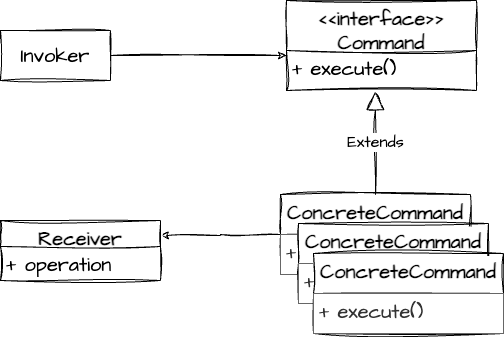
The draw.io diagram src/main/java/me/cho/design_patterns/_3_behavior_pattern/_02_command/command.drawio.png in choomi1217/designPatterns, before a commit. Source tidied: cells renumbered, new cells last; positions are measured from the earlier drawing's top-left corner, leaving out a move shared by most shapes.
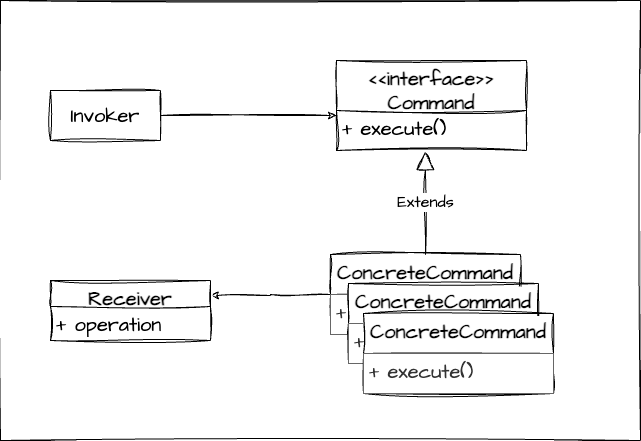
The same file after the commit.

Change to the diagram source:
```diff
@@ -2,6 +2,9 @@
   <root>
     <mxCell id="0" />
     <mxCell id="1" parent="0" />
+    <mxCell id="16" style="rounded=0;whiteSpace=wrap;html=1;sketch=1;hachureGap=4;jiggle=2;curveFitting=1;fontFamily=Architects Daughter;fontSource=https%3A%2F%2Ffonts.googleapis.com%2Fcss%3Ffamily%3DArchitects%2BDaughter;fontSize=20;" parent="1" vertex="1">
+      <mxGeometry x="-50" y="-60" width="640" height="440" as="geometry" />
+    </mxCell>
     <mxCell id="2" style="edgeStyle=orthogonalEdgeStyle;rounded=0;sketch=1;hachureGap=4;jiggle=2;curveFitting=1;jettySize=auto;html=1;exitX=1;exitY=0.5;exitDx=0;exitDy=0;entryX=0;entryY=0.125;entryDx=0;entryDy=0;entryPerimeter=0;fontFamily=Architects Daughter;fontSource=https%3A%2F%2Ffonts.googleapis.com%2Fcss%3Ffamily%3DArchitects%2BDaughter;fontSize=16;" parent="1" edge="1" source="3" target="5">
       <mxGeometry relative="1" as="geometry" />
     </mxCell>
```
